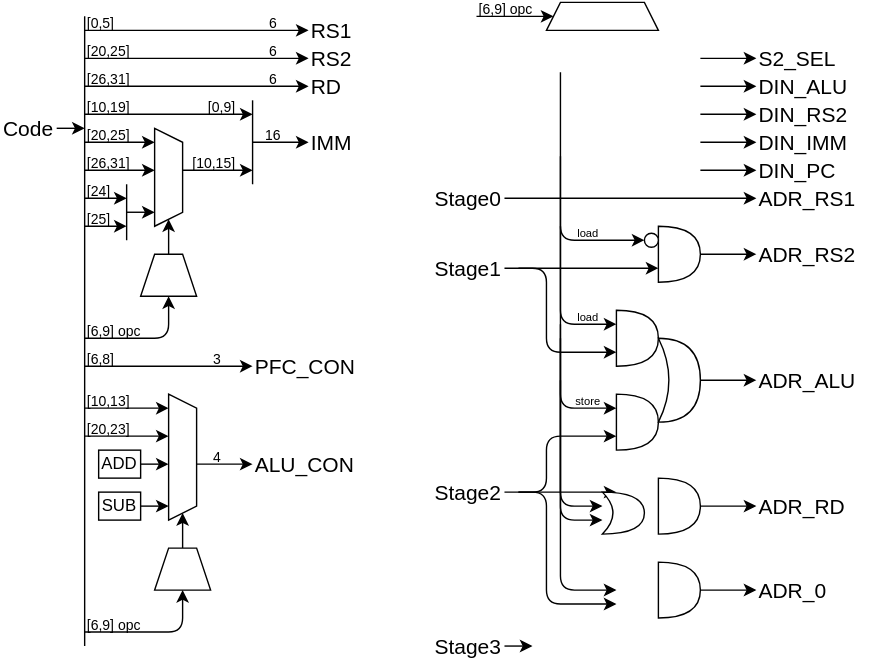
amane-uehara/kanade-k-1228.github.io keeps this draw.io diagram as Lab/Computer/Micon/01_CPU/img/decoder.dio.svg. Above is the earlier version. Source tidied: cells renumbered, new cells last; positions are measured from the earlier drawing's top-left corner, leaving out a move shared by most shapes.
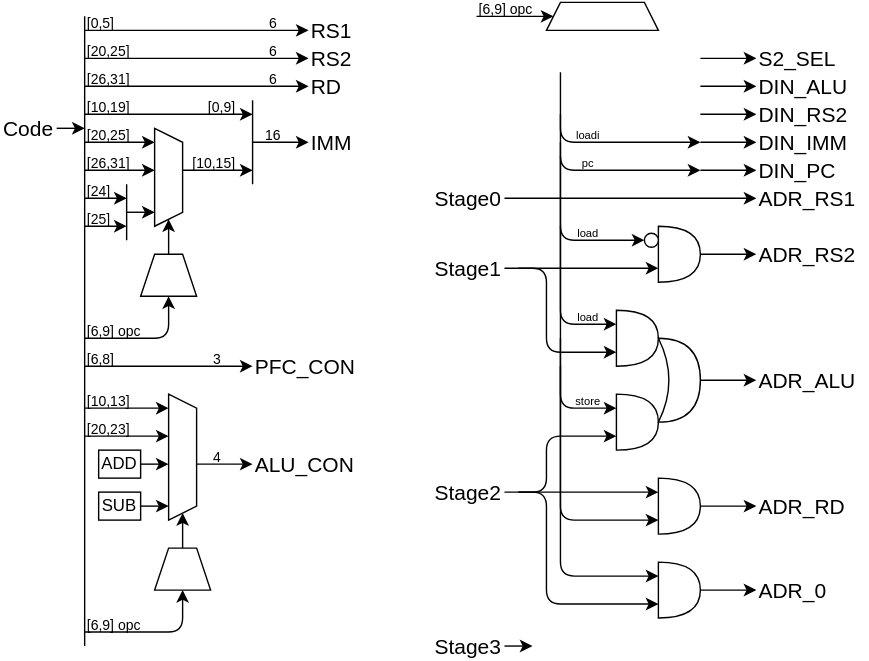
The same file after the commit.

Diff of the diagram source:
```diff
@@ -368,7 +368,7 @@
     <mxCell id="85" style="endArrow=classic;html=1;" parent="1" edge="1">
       <mxGeometry relative="1" as="geometry">
         <mxPoint x="360" y="350" as="sourcePoint" />
-        <mxPoint x="440" y="350" as="targetPoint" />
+        <mxPoint x="470" y="350" as="targetPoint" />
       </mxGeometry>
     </mxCell>
     <mxCell id="86" value="Stage2" style="text;html=1;strokeColor=none;fillColor=none;align=right;verticalAlign=middle;whiteSpace=wrap;rounded=0;fontSize=15;" parent="1" vertex="1">
@@ -466,19 +466,10 @@
         <mxPoint x="540" y="360" as="targetPoint" />
       </mxGeometry>
     </mxCell>
-    <mxCell id="105" style="endArrow=classic;html=1;" parent="1" edge="1">
-      <mxGeometry relative="1" as="geometry">
-        <mxPoint x="400" y="230" as="sourcePoint" />
-        <mxPoint x="430" y="360" as="targetPoint" />
-        <Array as="points">
-          <mxPoint x="400" y="360" />
-        </Array>
-      </mxGeometry>
-    </mxCell>
     <mxCell id="106" style="endArrow=classic;html=1;" parent="1" edge="1">
       <mxGeometry relative="1" as="geometry">
         <mxPoint x="370" y="350" as="sourcePoint" />
-        <mxPoint x="440" y="430" as="targetPoint" />
+        <mxPoint x="470" y="430" as="targetPoint" />
         <Array as="points">
           <mxPoint x="390" y="350" />
           <mxPoint x="390" y="430" />
@@ -487,10 +478,10 @@
     </mxCell>
     <mxCell id="107" style="endArrow=classic;html=1;" parent="1" edge="1">
       <mxGeometry relative="1" as="geometry">
-        <mxPoint x="400" y="270" as="sourcePoint" />
-        <mxPoint x="440" y="420" as="targetPoint" />
+        <mxPoint x="400" y="260" as="sourcePoint" />
+        <mxPoint x="470" y="410" as="targetPoint" />
         <Array as="points">
-          <mxPoint x="400" y="420" />
+          <mxPoint x="400" y="410" />
         </Array>
       </mxGeometry>
     </mxCell>
@@ -500,14 +491,35 @@
     <mxCell id="109" style="endArrow=classic;html=1;" parent="1" edge="1">
       <mxGeometry relative="1" as="geometry">
         <mxPoint x="400" y="240" as="sourcePoint" />
-        <mxPoint x="430" y="370" as="targetPoint" />
+        <mxPoint x="470" y="370" as="targetPoint" />
         <Array as="points">
           <mxPoint x="400" y="370" />
         </Array>
       </mxGeometry>
     </mxCell>
-    <mxCell id="110" style="shape=xor;whiteSpace=wrap;html=1;fontSize=8;" parent="1" vertex="1">
-      <mxGeometry x="430" y="350" width="30" height="30" as="geometry" />
-    </mxCell>
+    <mxCell id="111" style="endArrow=classic;html=1;" parent="1" edge="1">
+      <mxGeometry relative="1" as="geometry">
+        <mxPoint x="400" y="80" as="sourcePoint" />
+        <mxPoint x="500" y="100" as="targetPoint" />
+        <Array as="points">
+          <mxPoint x="400" y="100" />
+        </Array>
+      </mxGeometry>
+    </mxCell>
+    <mxCell id="112" value="loadi" style="text;html=1;strokeColor=none;fillColor=none;align=center;verticalAlign=middle;whiteSpace=wrap;rounded=0;fontSize=8;" parent="1" vertex="1">
+      <mxGeometry x="410" y="90" width="20" height="10" as="geometry" />
+    </mxCell>
+    <mxCell id="113" style="endArrow=classic;html=1;" parent="1" edge="1">
+      <mxGeometry relative="1" as="geometry">
+        <mxPoint x="400" y="100" as="sourcePoint" />
+        <mxPoint x="500" y="120" as="targetPoint" />
+        <Array as="points">
+          <mxPoint x="400" y="120" />
+        </Array>
+      </mxGeometry>
+    </mxCell>
+    <mxCell id="114" value="pc" style="text;html=1;strokeColor=none;fillColor=none;align=center;verticalAlign=middle;whiteSpace=wrap;rounded=0;fontSize=8;" parent="1" vertex="1">
+      <mxGeometry x="410" y="110" width="20" height="10" as="geometry" />
+    </mxCell>
   </root>
 </mxGraphModel>
```
